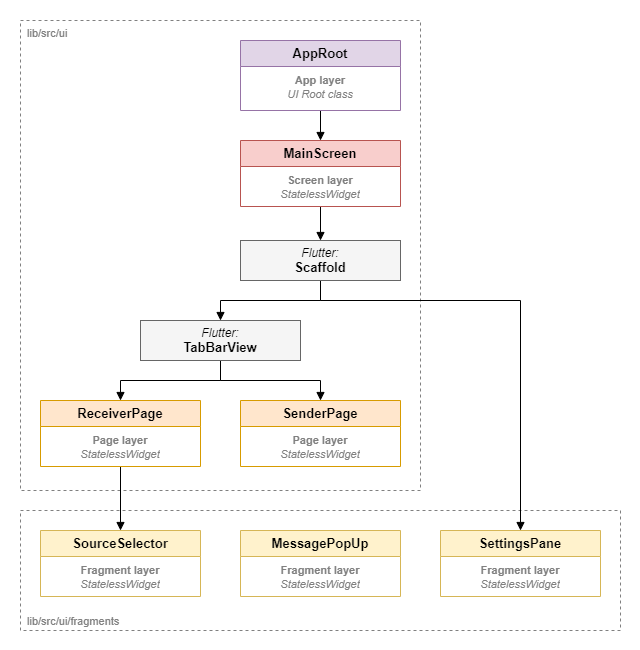
roc-streaming/roc-droid keeps this draw.io diagram as docs/images/widget_tree.png. Above is the earlier version. Source tidied: cells renumbered, new cells last; positions are measured from the earlier drawing's top-left corner, leaving out a move shared by most shapes.
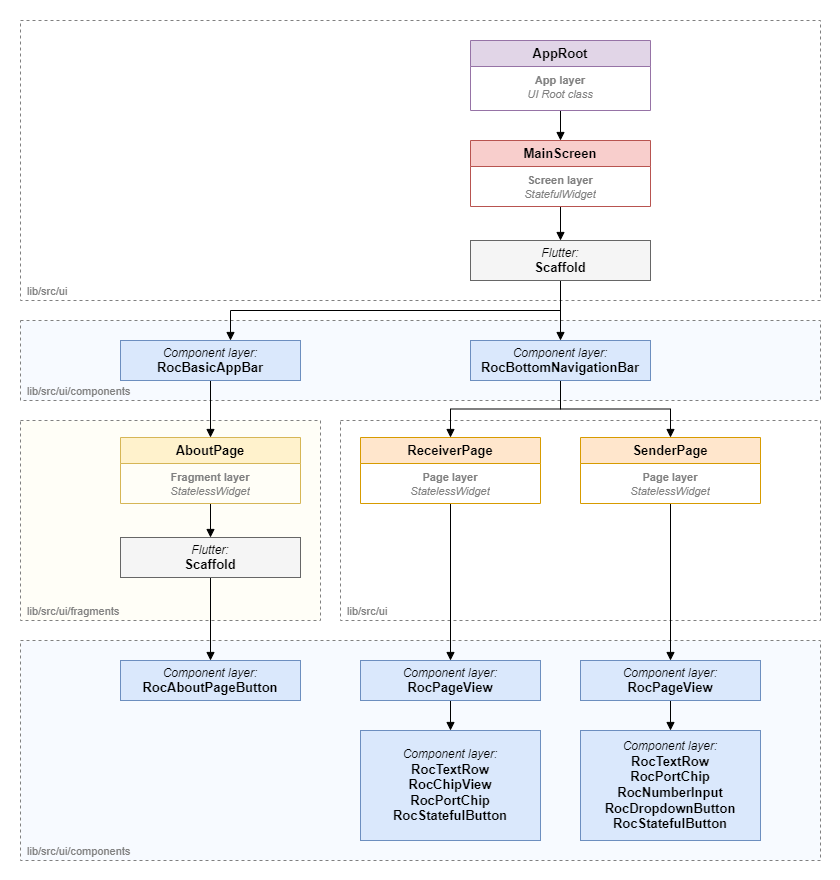
Later version of the same file.

Change to the diagram source:
```diff
@@ -5,9 +5,18 @@
     <mxCell id="2" style="rounded=0;whiteSpace=wrap;html=1;fontFamily=Helvetica;fontSize=11;fontColor=default;labelBackgroundColor=default;strokeColor=none;fillColor=default;" parent="1" vertex="1">
-      <mxGeometry width="640" height="650" as="geometry" />
+      <mxGeometry width="840" height="880" as="geometry" />
     </mxCell>
+    <mxCell id="28" value="lib/src/ui/components" style="html=1;whiteSpace=wrap;fontFamily=Helvetica;fontSize=11;fontColor=#808080;labelBackgroundColor=none;fillColor=#F7FAFF;dashed=1;strokeWidth=1;strokeColor=#808080;align=left;verticalAlign=bottom;spacingLeft=5;" parent="1" vertex="1">
+      <mxGeometry x="20" y="640" width="800" height="220" as="geometry" />
+    </mxCell>
+    <mxCell id="29" value="lib/src/ui/components" style="html=1;whiteSpace=wrap;fontFamily=Helvetica;fontSize=11;fontColor=#808080;labelBackgroundColor=none;fillColor=#F7FAFF;dashed=1;strokeWidth=1;strokeColor=#808080;align=left;verticalAlign=bottom;spacingLeft=5;" parent="1" vertex="1">
+      <mxGeometry x="20" y="320" width="800" height="80" as="geometry" />
+    </mxCell>
+    <mxCell id="30" value="lib/src/ui" style="html=1;whiteSpace=wrap;fontFamily=Helvetica;fontSize=11;fontColor=#808080;labelBackgroundColor=none;fillColor=none;dashed=1;strokeWidth=1;strokeColor=#808080;align=left;verticalAlign=bottom;spacingLeft=5;" parent="1" vertex="1">
+      <mxGeometry x="340" y="420" width="480" height="200" as="geometry" />
+    </mxCell>
-    <mxCell id="3" value="lib/src/ui/fragments" style="html=1;whiteSpace=wrap;fontFamily=Helvetica;fontSize=11;fontColor=#808080;labelBackgroundColor=default;fillColor=none;dashed=1;strokeWidth=1;strokeColor=#808080;align=left;verticalAlign=bottom;spacingLeft=5;" parent="1" vertex="1">
-      <mxGeometry x="20" y="510" width="600" height="120" as="geometry" />
+    <mxCell id="3" value="lib/src/ui/fragments" style="html=1;whiteSpace=wrap;fontFamily=Helvetica;fontSize=11;fontColor=#808080;labelBackgroundColor=none;fillColor=#FFFEF7;dashed=1;strokeWidth=1;strokeColor=#808080;align=left;verticalAlign=bottom;spacingLeft=5;" parent="1" vertex="1">
+      <mxGeometry x="20" y="420" width="300" height="200" as="geometry" />
     </mxCell>
-    <mxCell id="4" value="lib/src/ui" style="html=1;whiteSpace=wrap;fontFamily=Helvetica;fontSize=11;fontColor=#808080;labelBackgroundColor=default;fillColor=none;dashed=1;strokeWidth=1;strokeColor=#808080;align=left;verticalAlign=top;spacingLeft=5;" parent="1" vertex="1">
-      <mxGeometry x="20" y="20" width="400" height="470" as="geometry" />
+    <mxCell id="4" value="lib/src/ui" style="html=1;whiteSpace=wrap;fontFamily=Helvetica;fontSize=11;fontColor=#808080;labelBackgroundColor=none;fillColor=none;dashed=1;strokeWidth=1;strokeColor=#808080;align=left;verticalAlign=bottom;spacingLeft=5;" parent="1" vertex="1">
+      <mxGeometry x="20" y="20" width="800" height="280" as="geometry" />
     </mxCell>
@@ -17,6 +26,6 @@
     <mxCell id="6" value="&lt;b&gt;&lt;font style=&quot;font-size: 13px;&quot;&gt;MainScreen&lt;/font&gt;&lt;/b&gt;" style="swimlane;fontStyle=0;horizontal=1;startSize=26;fillColor=#f8cecc;whiteSpace=wrap;html=1;strokeColor=#b85450;" parent="1" vertex="1">
-      <mxGeometry x="240" y="140" width="160" height="66" as="geometry" />
+      <mxGeometry x="470" y="140" width="180" height="66" as="geometry" />
     </mxCell>
-    <mxCell id="7" value="&lt;div&gt;&lt;font color=&quot;#808080&quot;&gt;&lt;span style=&quot;font-size: 11px;&quot;&gt;&lt;b&gt;Screen layer&lt;/b&gt;&lt;/span&gt;&lt;/font&gt;&lt;/div&gt;&lt;i style=&quot;color: rgb(51, 51, 51);&quot;&gt;&lt;font style=&quot;font-size: 11px;&quot; color=&quot;#808080&quot;&gt;StatelessWidget&lt;/font&gt;&lt;/i&gt;" style="text;strokeColor=none;fillColor=none;align=center;verticalAlign=top;spacingLeft=4;spacingRight=4;overflow=hidden;whiteSpace=wrap;html=1;" parent="6" vertex="1">
-      <mxGeometry y="26" width="160" height="40" as="geometry" />
+    <mxCell id="7" value="&lt;div&gt;&lt;font color=&quot;#808080&quot;&gt;&lt;span style=&quot;font-size: 11px;&quot;&gt;&lt;b&gt;Screen layer&lt;/b&gt;&lt;/span&gt;&lt;/font&gt;&lt;/div&gt;&lt;i style=&quot;color: rgb(51, 51, 51);&quot;&gt;&lt;font style=&quot;font-size: 11px;&quot; color=&quot;#808080&quot;&gt;StatefulWidget&lt;/font&gt;&lt;/i&gt;" style="text;strokeColor=none;fillColor=none;align=center;verticalAlign=top;spacingLeft=4;spacingRight=4;overflow=hidden;whiteSpace=wrap;html=1;" parent="6" vertex="1">
+      <mxGeometry y="26" width="180" height="40" as="geometry" />
     </mxCell>
@@ -25,12 +34,12 @@
     </mxCell>
-    <mxCell id="9" style="edgeStyle=orthogonalEdgeStyle;shape=connector;rounded=0;jettySize=auto;html=1;strokeColor=default;align=center;verticalAlign=middle;fontFamily=Helvetica;fontSize=11;fontColor=default;labelBackgroundColor=default;endArrow=block;endFill=1;" parent="1" edge="1" source="10" target="26">
-      <mxGeometry relative="1" as="geometry">
-        <Array as="points">
-          <mxPoint x="320" y="300" />
-          <mxPoint x="520" y="300" />
-        </Array>
-      </mxGeometry>
-    </mxCell>
+    <mxCell id="31" style="edgeStyle=orthogonalEdgeStyle;shape=connector;rounded=0;jettySize=auto;html=1;strokeColor=default;align=center;verticalAlign=middle;fontFamily=Helvetica;fontSize=11;fontColor=default;labelBackgroundColor=default;endArrow=block;endFill=1;" parent="1" edge="1" source="10" target="36">
+      <mxGeometry relative="1" as="geometry">
+        <Array as="points">
+          <mxPoint x="560" y="310" />
+          <mxPoint x="230" y="310" />
+        </Array>
+      </mxGeometry>
+    </mxCell>
     <mxCell id="10" value="&lt;font color=&quot;#000000&quot; style=&quot;font-size: 12px;&quot;&gt;&lt;i&gt;Flutter:&lt;/i&gt;&lt;/font&gt;&lt;div&gt;&lt;font color=&quot;#000000&quot; style=&quot;font-size: 13px;&quot;&gt;&lt;b&gt;Scaffold&lt;/b&gt;&lt;/font&gt;&lt;/div&gt;" style="whiteSpace=wrap;html=1;align=center;fillColor=#f5f5f5;fontColor=#333333;strokeColor=#666666;" parent="1" vertex="1">
-      <mxGeometry x="240" y="240" width="160" height="40" as="geometry" />
+      <mxGeometry x="470" y="240" width="180" height="40" as="geometry" />
     </mxCell>
@@ -40,7 +49,10 @@
     <mxCell id="12" value="&lt;b&gt;&lt;font style=&quot;font-size: 13px;&quot;&gt;AppRoot&lt;/font&gt;&lt;/b&gt;" style="swimlane;fontStyle=0;horizontal=1;startSize=26;fillColor=#e1d5e7;whiteSpace=wrap;html=1;strokeColor=#9673a6;" parent="1" vertex="1">
-      <mxGeometry x="240" y="40" width="160" height="70" as="geometry" />
+      <mxGeometry x="470" y="40" width="180" height="70" as="geometry" />
     </mxCell>
     <mxCell id="13" value="&lt;div&gt;&lt;span style=&quot;color: rgb(51, 51, 51);&quot;&gt;&lt;font style=&quot;font-size: 11px;&quot; color=&quot;#808080&quot;&gt;&lt;b style=&quot;&quot;&gt;App layer&lt;/b&gt;&lt;/font&gt;&lt;/span&gt;&lt;/div&gt;&lt;i style=&quot;color: rgb(51, 51, 51);&quot;&gt;&lt;font style=&quot;font-size: 11px;&quot; color=&quot;#808080&quot;&gt;UI Root class&lt;/font&gt;&lt;/i&gt;" style="text;strokeColor=none;fillColor=none;align=center;verticalAlign=top;spacingLeft=4;spacingRight=4;overflow=hidden;whiteSpace=wrap;html=1;" parent="12" vertex="1">
-      <mxGeometry y="26" width="160" height="44" as="geometry" />
+      <mxGeometry y="26" width="180" height="44" as="geometry" />
     </mxCell>
+    <mxCell id="15" style="edgeStyle=orthogonalEdgeStyle;shape=connector;rounded=0;jettySize=auto;html=1;strokeColor=default;align=center;verticalAlign=middle;fontFamily=Helvetica;fontSize=11;fontColor=default;labelBackgroundColor=default;endArrow=block;endFill=1;" parent="1" edge="1" source="16" target="20">
+      <mxGeometry relative="1" as="geometry" />
+    </mxCell>
     <mxCell id="14" style="edgeStyle=orthogonalEdgeStyle;shape=connector;rounded=0;jettySize=auto;html=1;strokeColor=default;align=center;verticalAlign=middle;fontFamily=Helvetica;fontSize=11;fontColor=default;labelBackgroundColor=default;endArrow=block;endFill=1;" parent="1" edge="1" source="16" target="18">
@@ -48,41 +60,65 @@
     </mxCell>
-    <mxCell id="15" style="edgeStyle=orthogonalEdgeStyle;shape=connector;rounded=0;jettySize=auto;html=1;strokeColor=default;align=center;verticalAlign=middle;fontFamily=Helvetica;fontSize=11;fontColor=default;labelBackgroundColor=default;endArrow=block;endFill=1;" parent="1" edge="1" source="16" target="20">
-      <mxGeometry relative="1" as="geometry" />
-    </mxCell>
-    <mxCell id="16" value="&lt;font color=&quot;#000000&quot; style=&quot;font-size: 12px;&quot;&gt;&lt;i&gt;Flutter:&lt;/i&gt;&lt;/font&gt;&lt;div&gt;&lt;span style=&quot;color: rgb(0, 0, 0); font-size: 13px;&quot;&gt;&lt;b&gt;TabBarView&lt;/b&gt;&lt;/span&gt;&lt;br&gt;&lt;/div&gt;" style="whiteSpace=wrap;html=1;align=center;fillColor=#f5f5f5;fontColor=#333333;strokeColor=#666666;" parent="1" vertex="1">
-      <mxGeometry x="140" y="320" width="160" height="40" as="geometry" />
+    <mxCell id="16" value="&lt;font color=&quot;#000000&quot; style=&quot;font-size: 12px;&quot;&gt;&lt;i&gt;Component layer:&lt;/i&gt;&lt;/font&gt;&lt;div&gt;&lt;font color=&quot;#000000&quot;&gt;&lt;span style=&quot;font-size: 13px;&quot;&gt;&lt;b&gt;RocBottomNavigationBar&lt;/b&gt;&lt;/span&gt;&lt;/font&gt;&lt;/div&gt;" style="whiteSpace=wrap;html=1;align=center;fillColor=#dae8fc;strokeColor=#6c8ebf;" parent="1" vertex="1">
+      <mxGeometry x="470" y="340" width="180" height="40" as="geometry" />
     </mxCell>
-    <mxCell id="17" style="edgeStyle=orthogonalEdgeStyle;shape=connector;rounded=0;jettySize=auto;html=1;strokeColor=default;align=center;verticalAlign=middle;fontFamily=Helvetica;fontSize=11;fontColor=default;labelBackgroundColor=default;endArrow=block;endFill=1;" parent="1" edge="1" source="18" target="22">
-      <mxGeometry relative="1" as="geometry" />
-    </mxCell>
+    <mxCell id="32" style="edgeStyle=orthogonalEdgeStyle;shape=connector;rounded=0;jettySize=auto;html=1;strokeColor=default;align=center;verticalAlign=middle;fontFamily=Helvetica;fontSize=11;fontColor=default;labelBackgroundColor=default;endArrow=block;endFill=1;" parent="1" edge="1" source="18" target="38">
+      <mxGeometry relative="1" as="geometry" />
+    </mxCell>
     <mxCell id="18" value="&lt;b&gt;&lt;font style=&quot;font-size: 13px;&quot;&gt;ReceiverPage&lt;/font&gt;&lt;/b&gt;" style="swimlane;fontStyle=0;horizontal=1;startSize=26;fillColor=#ffe6cc;whiteSpace=wrap;html=1;strokeColor=#d79b00;" parent="1" vertex="1">
-      <mxGeometry x="40" y="400" width="160" height="66" as="geometry" />
+      <mxGeometry x="360" y="437" width="180" height="66" as="geometry" />
     </mxCell>
     <mxCell id="19" value="&lt;div&gt;&lt;font color=&quot;#808080&quot;&gt;&lt;span style=&quot;font-size: 11px;&quot;&gt;&lt;b&gt;Page l&lt;/b&gt;&lt;/span&gt;&lt;/font&gt;&lt;b style=&quot;background-color: initial; color: rgb(128, 128, 128); font-size: 11px;&quot;&gt;ayer&lt;/b&gt;&lt;/div&gt;&lt;i style=&quot;color: rgb(51, 51, 51);&quot;&gt;&lt;font style=&quot;font-size: 11px;&quot; color=&quot;#808080&quot;&gt;StatelessWidget&lt;/font&gt;&lt;/i&gt;" style="text;strokeColor=none;fillColor=none;align=center;verticalAlign=top;spacingLeft=4;spacingRight=4;overflow=hidden;whiteSpace=wrap;html=1;" parent="18" vertex="1">
-      <mxGeometry y="26" width="160" height="40" as="geometry" />
+      <mxGeometry y="26" width="180" height="40" as="geometry" />
     </mxCell>
+    <mxCell id="33" style="edgeStyle=orthogonalEdgeStyle;shape=connector;rounded=0;jettySize=auto;html=1;strokeColor=default;align=center;verticalAlign=middle;fontFamily=Helvetica;fontSize=11;fontColor=default;labelBackgroundColor=default;endArrow=block;endFill=1;" parent="1" edge="1" source="20" target="40">
+      <mxGeometry relative="1" as="geometry" />
+    </mxCell>
     <mxCell id="20" value="&lt;b&gt;&lt;font style=&quot;font-size: 13px;&quot;&gt;SenderPage&lt;/font&gt;&lt;/b&gt;" style="swimlane;fontStyle=0;horizontal=1;startSize=26;fillColor=#ffe6cc;whiteSpace=wrap;html=1;strokeColor=#d79b00;" parent="1" vertex="1">
-      <mxGeometry x="240" y="400" width="160" height="66" as="geometry" />
+      <mxGeometry x="580" y="437" width="180" height="66" as="geometry" />
     </mxCell>
     <mxCell id="21" value="&lt;div&gt;&lt;font color=&quot;#808080&quot;&gt;&lt;span style=&quot;font-size: 11px;&quot;&gt;&lt;b&gt;Page l&lt;/b&gt;&lt;/span&gt;&lt;/font&gt;&lt;b style=&quot;background-color: initial; color: rgb(128, 128, 128); font-size: 11px;&quot;&gt;ayer&lt;/b&gt;&lt;/div&gt;&lt;i style=&quot;color: rgb(51, 51, 51);&quot;&gt;&lt;font style=&quot;font-size: 11px;&quot; color=&quot;#808080&quot;&gt;StatelessWidget&lt;/font&gt;&lt;/i&gt;" style="text;strokeColor=none;fillColor=none;align=center;verticalAlign=top;spacingLeft=4;spacingRight=4;overflow=hidden;whiteSpace=wrap;html=1;" parent="20" vertex="1">
-      <mxGeometry y="26" width="160" height="40" as="geometry" />
+      <mxGeometry y="26" width="180" height="40" as="geometry" />
     </mxCell>
-    <mxCell id="22" value="&lt;b&gt;&lt;font style=&quot;font-size: 13px;&quot;&gt;SourceSelector&lt;/font&gt;&lt;/b&gt;" style="swimlane;fontStyle=0;horizontal=1;startSize=26;fillColor=#fff2cc;whiteSpace=wrap;html=1;strokeColor=#d6b656;" parent="1" vertex="1">
-      <mxGeometry x="40" y="530" width="160" height="66" as="geometry" />
-    </mxCell>
-    <mxCell id="23" value="&lt;div&gt;&lt;font color=&quot;#808080&quot;&gt;&lt;span style=&quot;font-size: 11px;&quot;&gt;&lt;b&gt;Fragment l&lt;/b&gt;&lt;/span&gt;&lt;/font&gt;&lt;b style=&quot;background-color: initial; color: rgb(128, 128, 128); font-size: 11px;&quot;&gt;ayer&lt;/b&gt;&lt;/div&gt;&lt;i style=&quot;color: rgb(51, 51, 51);&quot;&gt;&lt;font style=&quot;font-size: 11px;&quot; color=&quot;#808080&quot;&gt;StatelessWidget&lt;/font&gt;&lt;/i&gt;" style="text;strokeColor=none;fillColor=none;align=center;verticalAlign=top;spacingLeft=4;spacingRight=4;overflow=hidden;whiteSpace=wrap;html=1;" parent="22" vertex="1">
-      <mxGeometry y="26" width="160" height="40" as="geometry" />
-    </mxCell>
-    <mxCell id="24" value="&lt;b style=&quot;font-size: 13px;&quot;&gt;MessagePopUp&lt;/b&gt;" style="swimlane;fontStyle=0;horizontal=1;startSize=26;fillColor=#fff2cc;whiteSpace=wrap;html=1;strokeColor=#d6b656;" parent="1" vertex="1">
-      <mxGeometry x="240" y="530" width="160" height="66" as="geometry" />
-    </mxCell>
-    <mxCell id="25" value="&lt;div&gt;&lt;font color=&quot;#808080&quot;&gt;&lt;span style=&quot;font-size: 11px;&quot;&gt;&lt;b&gt;Fragment l&lt;/b&gt;&lt;/span&gt;&lt;/font&gt;&lt;b style=&quot;background-color: initial; color: rgb(128, 128, 128); font-size: 11px;&quot;&gt;ayer&lt;/b&gt;&lt;/div&gt;&lt;i style=&quot;color: rgb(51, 51, 51);&quot;&gt;&lt;font style=&quot;font-size: 11px;&quot; color=&quot;#808080&quot;&gt;StatelessWidget&lt;/font&gt;&lt;/i&gt;" style="text;strokeColor=none;fillColor=none;align=center;verticalAlign=top;spacingLeft=4;spacingRight=4;overflow=hidden;whiteSpace=wrap;html=1;" parent="24" vertex="1">
-      <mxGeometry y="26" width="160" height="40" as="geometry" />
-    </mxCell>
+    <mxCell id="34" style="edgeStyle=orthogonalEdgeStyle;shape=connector;rounded=0;jettySize=auto;html=1;strokeColor=default;align=center;verticalAlign=middle;fontFamily=Helvetica;fontSize=11;fontColor=default;labelBackgroundColor=default;endArrow=block;endFill=1;" parent="1" edge="1" source="26" target="45">
+      <mxGeometry relative="1" as="geometry" />
+    </mxCell>
-    <mxCell id="26" value="&lt;b&gt;&lt;font style=&quot;font-size: 13px;&quot;&gt;SettingsPane&lt;/font&gt;&lt;/b&gt;" style="swimlane;fontStyle=0;horizontal=1;startSize=26;fillColor=#fff2cc;whiteSpace=wrap;html=1;strokeColor=#d6b656;" parent="1" vertex="1">
-      <mxGeometry x="440" y="530" width="160" height="66" as="geometry" />
+    <mxCell id="26" value="&lt;b&gt;&lt;font style=&quot;font-size: 13px;&quot;&gt;AboutPage&lt;/font&gt;&lt;/b&gt;" style="swimlane;fontStyle=0;horizontal=1;startSize=26;fillColor=#fff2cc;whiteSpace=wrap;html=1;strokeColor=#d6b656;" parent="1" vertex="1">
+      <mxGeometry x="120" y="437" width="180" height="66" as="geometry" />
     </mxCell>
     <mxCell id="27" value="&lt;div&gt;&lt;font color=&quot;#808080&quot;&gt;&lt;span style=&quot;font-size: 11px;&quot;&gt;&lt;b&gt;Fragment l&lt;/b&gt;&lt;/span&gt;&lt;/font&gt;&lt;b style=&quot;background-color: initial; color: rgb(128, 128, 128); font-size: 11px;&quot;&gt;ayer&lt;/b&gt;&lt;/div&gt;&lt;i style=&quot;color: rgb(51, 51, 51);&quot;&gt;&lt;font style=&quot;font-size: 11px;&quot; color=&quot;#808080&quot;&gt;StatelessWidget&lt;/font&gt;&lt;/i&gt;" style="text;strokeColor=none;fillColor=none;align=center;verticalAlign=top;spacingLeft=4;spacingRight=4;overflow=hidden;whiteSpace=wrap;html=1;" parent="26" vertex="1">
-      <mxGeometry y="26" width="160" height="40" as="geometry" />
+      <mxGeometry y="26" width="180" height="40" as="geometry" />
     </mxCell>
+    <mxCell id="35" style="edgeStyle=orthogonalEdgeStyle;shape=connector;rounded=0;jettySize=auto;html=1;strokeColor=default;align=center;verticalAlign=middle;fontFamily=Helvetica;fontSize=11;fontColor=default;labelBackgroundColor=default;endArrow=block;endFill=1;" parent="1" edge="1" source="36" target="26">
+      <mxGeometry relative="1" as="geometry" />
+    </mxCell>
+    <mxCell id="36" value="&lt;font color=&quot;#000000&quot; style=&quot;font-size: 12px;&quot;&gt;&lt;i&gt;Component layer:&lt;/i&gt;&lt;/font&gt;&lt;div&gt;&lt;font color=&quot;#000000&quot;&gt;&lt;span style=&quot;font-size: 13px;&quot;&gt;&lt;b&gt;RocBasicAppBar&lt;/b&gt;&lt;/span&gt;&lt;/font&gt;&lt;/div&gt;" style="whiteSpace=wrap;html=1;align=center;fillColor=#dae8fc;strokeColor=#6c8ebf;" parent="1" vertex="1">
+      <mxGeometry x="120" y="340" width="180" height="40" as="geometry" />
+    </mxCell>
+    <mxCell id="37" style="edgeStyle=orthogonalEdgeStyle;shape=connector;rounded=0;jettySize=auto;html=1;strokeColor=default;align=center;verticalAlign=middle;fontFamily=Helvetica;fontSize=11;fontColor=default;labelBackgroundColor=default;endArrow=block;endFill=1;" parent="1" edge="1" source="38" target="41">
+      <mxGeometry relative="1" as="geometry" />
+    </mxCell>
+    <mxCell id="38" value="&lt;font color=&quot;#000000&quot; style=&quot;font-size: 12px;&quot;&gt;&lt;i&gt;Component layer:&lt;/i&gt;&lt;/font&gt;&lt;div&gt;&lt;font color=&quot;#000000&quot;&gt;&lt;span style=&quot;font-size: 13px;&quot;&gt;&lt;b&gt;RocPageView&lt;/b&gt;&lt;/span&gt;&lt;/font&gt;&lt;/div&gt;" style="whiteSpace=wrap;html=1;align=center;fillColor=#dae8fc;strokeColor=#6c8ebf;" parent="1" vertex="1">
+      <mxGeometry x="360" y="660" width="180" height="40" as="geometry" />
+    </mxCell>
+    <mxCell id="39" style="edgeStyle=orthogonalEdgeStyle;shape=connector;rounded=0;jettySize=auto;html=1;strokeColor=default;align=center;verticalAlign=middle;fontFamily=Helvetica;fontSize=11;fontColor=default;labelBackgroundColor=default;endArrow=block;endFill=1;" parent="1" edge="1" source="40" target="42">
+      <mxGeometry relative="1" as="geometry" />
+    </mxCell>
+    <mxCell id="40" value="&lt;font color=&quot;#000000&quot; style=&quot;font-size: 12px;&quot;&gt;&lt;i&gt;Component layer:&lt;/i&gt;&lt;/font&gt;&lt;div&gt;&lt;font color=&quot;#000000&quot;&gt;&lt;span style=&quot;font-size: 13px;&quot;&gt;&lt;b&gt;RocPageView&lt;/b&gt;&lt;/span&gt;&lt;/font&gt;&lt;/div&gt;" style="whiteSpace=wrap;html=1;align=center;fillColor=#dae8fc;strokeColor=#6c8ebf;" parent="1" vertex="1">
+      <mxGeometry x="580" y="660" width="180" height="40" as="geometry" />
+    </mxCell>
+    <mxCell id="41" value="&lt;font color=&quot;#000000&quot; style=&quot;font-size: 12px;&quot;&gt;&lt;i&gt;Component layer:&lt;/i&gt;&lt;/font&gt;&lt;div&gt;&lt;b&gt;&lt;font style=&quot;font-size: 13px;&quot;&gt;RocTextRow&lt;/font&gt;&lt;/b&gt;&lt;/div&gt;&lt;div&gt;&lt;span style=&quot;font-size: 13px;&quot;&gt;&lt;b&gt;RocChipView&lt;/b&gt;&lt;/span&gt;&lt;/div&gt;&lt;div&gt;&lt;span style=&quot;font-size: 13px;&quot;&gt;&lt;b&gt;RocPortChip&lt;br&gt;&lt;/b&gt;&lt;/span&gt;&lt;div&gt;&lt;font color=&quot;#000000&quot;&gt;&lt;span style=&quot;font-size: 13px;&quot;&gt;&lt;b&gt;RocStatefulButton&lt;/b&gt;&lt;/span&gt;&lt;/font&gt;&lt;/div&gt;&lt;/div&gt;" style="whiteSpace=wrap;html=1;align=center;fillColor=#dae8fc;strokeColor=#6c8ebf;" parent="1" vertex="1">
+      <mxGeometry x="360" y="730" width="180" height="110" as="geometry" />
+    </mxCell>
+    <mxCell id="42" value="&lt;font color=&quot;#000000&quot;&gt;&lt;i&gt;Component layer:&lt;/i&gt;&lt;/font&gt;&lt;div&gt;&lt;b&gt;&lt;font style=&quot;font-size: 13px;&quot;&gt;RocTextRow&lt;/font&gt;&lt;/b&gt;&lt;/div&gt;&lt;div&gt;&lt;span style=&quot;font-size: 13px;&quot;&gt;&lt;b&gt;RocPortChip&lt;/b&gt;&lt;/span&gt;&lt;/div&gt;&lt;div&gt;&lt;span style=&quot;font-size: 13px;&quot;&gt;&lt;b&gt;RocNumberInput&lt;/b&gt;&lt;/span&gt;&lt;/div&gt;&lt;div&gt;&lt;span style=&quot;font-size: 13px;&quot;&gt;&lt;b&gt;RocDropdownButton&lt;br&gt;&lt;/b&gt;&lt;/span&gt;&lt;div&gt;&lt;font color=&quot;#000000&quot;&gt;&lt;span style=&quot;font-size: 13px;&quot;&gt;&lt;b&gt;RocStatefulButton&lt;/b&gt;&lt;/span&gt;&lt;/font&gt;&lt;/div&gt;&lt;/div&gt;" style="whiteSpace=wrap;html=1;align=center;fillColor=#dae8fc;strokeColor=#6c8ebf;" parent="1" vertex="1">
+      <mxGeometry x="580" y="730" width="180" height="110" as="geometry" />
+    </mxCell>
+    <mxCell id="43" value="&lt;font color=&quot;#000000&quot; style=&quot;font-size: 12px;&quot;&gt;&lt;i&gt;Component layer:&lt;/i&gt;&lt;/font&gt;&lt;div&gt;&lt;font color=&quot;#000000&quot;&gt;&lt;span style=&quot;font-size: 13px;&quot;&gt;&lt;b&gt;RocAboutPageButton&lt;/b&gt;&lt;/span&gt;&lt;/font&gt;&lt;/div&gt;" style="whiteSpace=wrap;html=1;align=center;fillColor=#dae8fc;strokeColor=#6c8ebf;" parent="1" vertex="1">
+      <mxGeometry x="120" y="660" width="180" height="40" as="geometry" />
+    </mxCell>
+    <mxCell id="44" style="edgeStyle=orthogonalEdgeStyle;shape=connector;rounded=0;jettySize=auto;html=1;strokeColor=default;align=center;verticalAlign=middle;fontFamily=Helvetica;fontSize=11;fontColor=default;labelBackgroundColor=default;endArrow=block;endFill=1;" parent="1" edge="1" source="45" target="43">
+      <mxGeometry relative="1" as="geometry" />
+    </mxCell>
+    <mxCell id="45" value="&lt;font color=&quot;#000000&quot; style=&quot;font-size: 12px;&quot;&gt;&lt;i&gt;Flutter:&lt;/i&gt;&lt;/font&gt;&lt;div&gt;&lt;font color=&quot;#000000&quot; style=&quot;font-size: 13px;&quot;&gt;&lt;b&gt;Scaffold&lt;/b&gt;&lt;/font&gt;&lt;/div&gt;" style="whiteSpace=wrap;html=1;align=center;fillColor=#f5f5f5;fontColor=#333333;strokeColor=#666666;" parent="1" vertex="1">
+      <mxGeometry x="120" y="537" width="180" height="40" as="geometry" />
+    </mxCell>
   </root>
```
